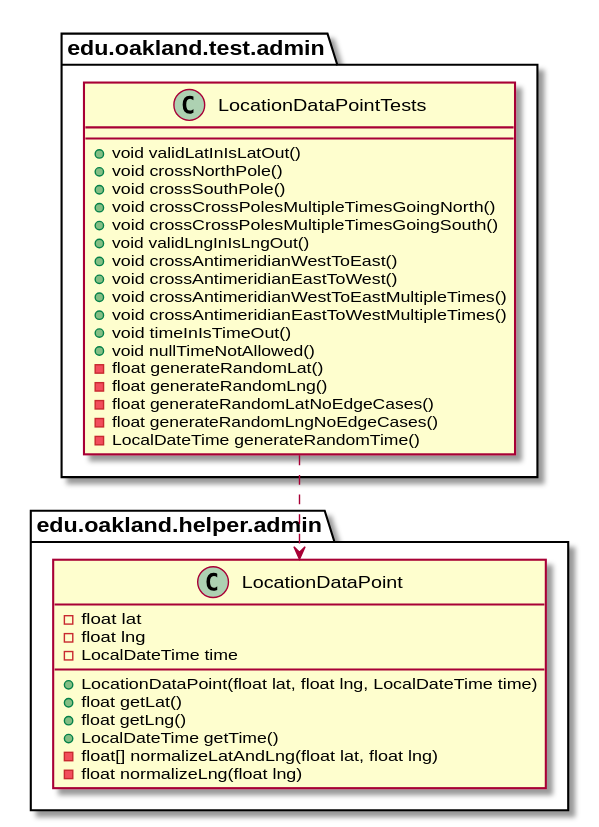
This is docs/uml-class-diagrams/admin/test/LocationDataPointTests/LocationDataPointTests_Closure.svg from andrewdimmer/csi-3370-software-project, a PlantUML export, as it was before one commit.
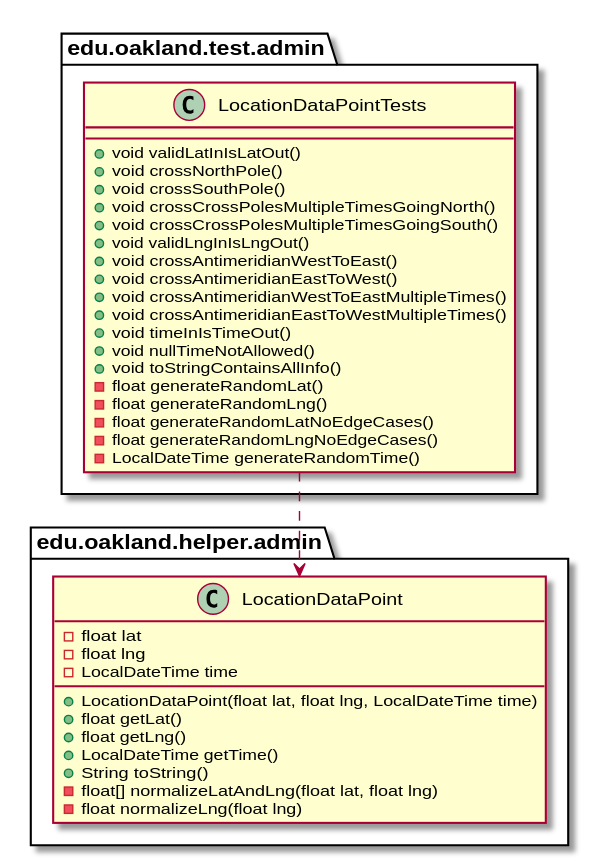
The same file after the commit.

What changed in the source:
```diff
@@ -15,6 +15,7 @@
         + void crossAntimeridianEastToWestMultipleTimes()
         + void timeInIsTimeOut()
         + void nullTimeNotAllowed()
+        + void toStringContainsAllInfo()
         - float generateRandomLat()
         - float generateRandomLng()
         - float generateRandomLatNoEdgeCases()
@@ -35,6 +36,7 @@
         + float getLat()
         + float getLng()
         + LocalDateTime getTime()
+        + String toString()
         - float[] normalizeLatAndLng(float lat, float lng)
         - float normalizeLng(float lng)
     }
```
